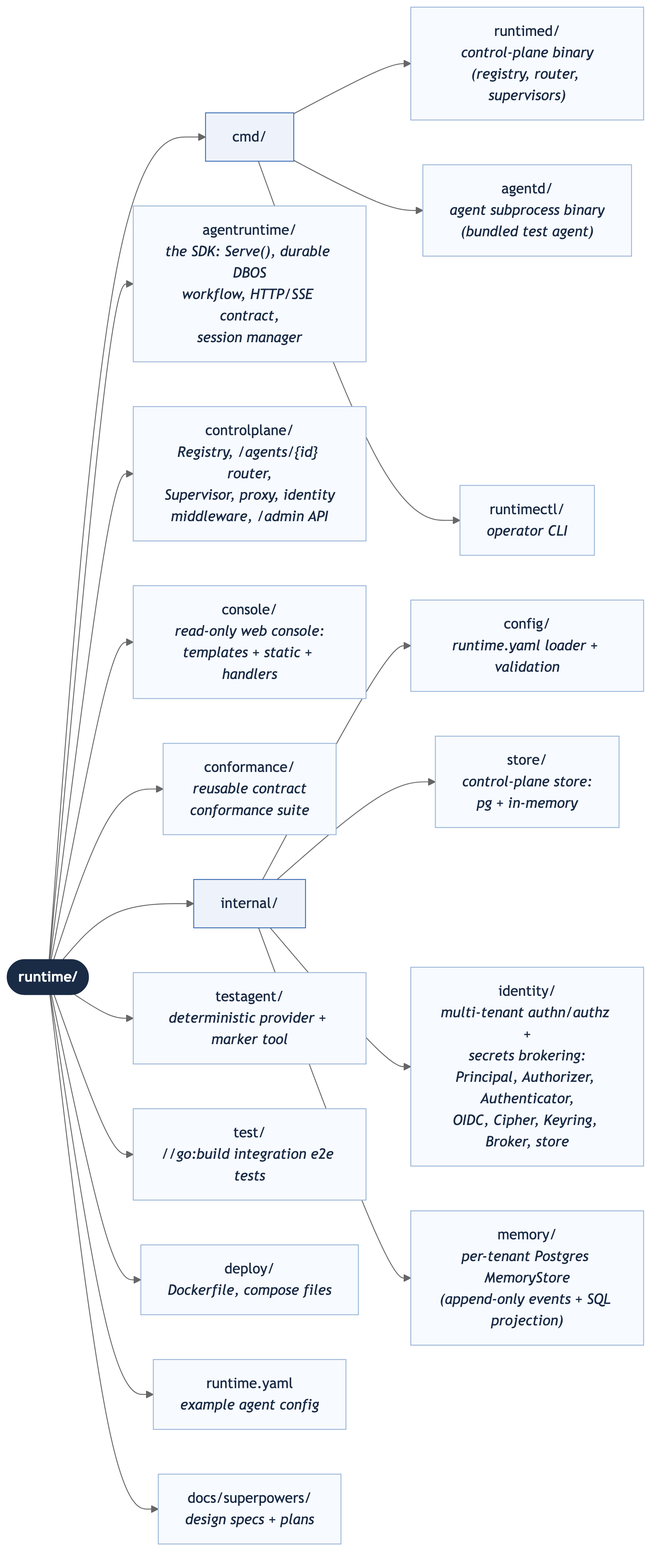
This is docs/images/project-layout.png from sausheong/runtime, a Mermaid export, as it was before one commit. Its source is kept beside it as docs/images/project-layout.mmd.
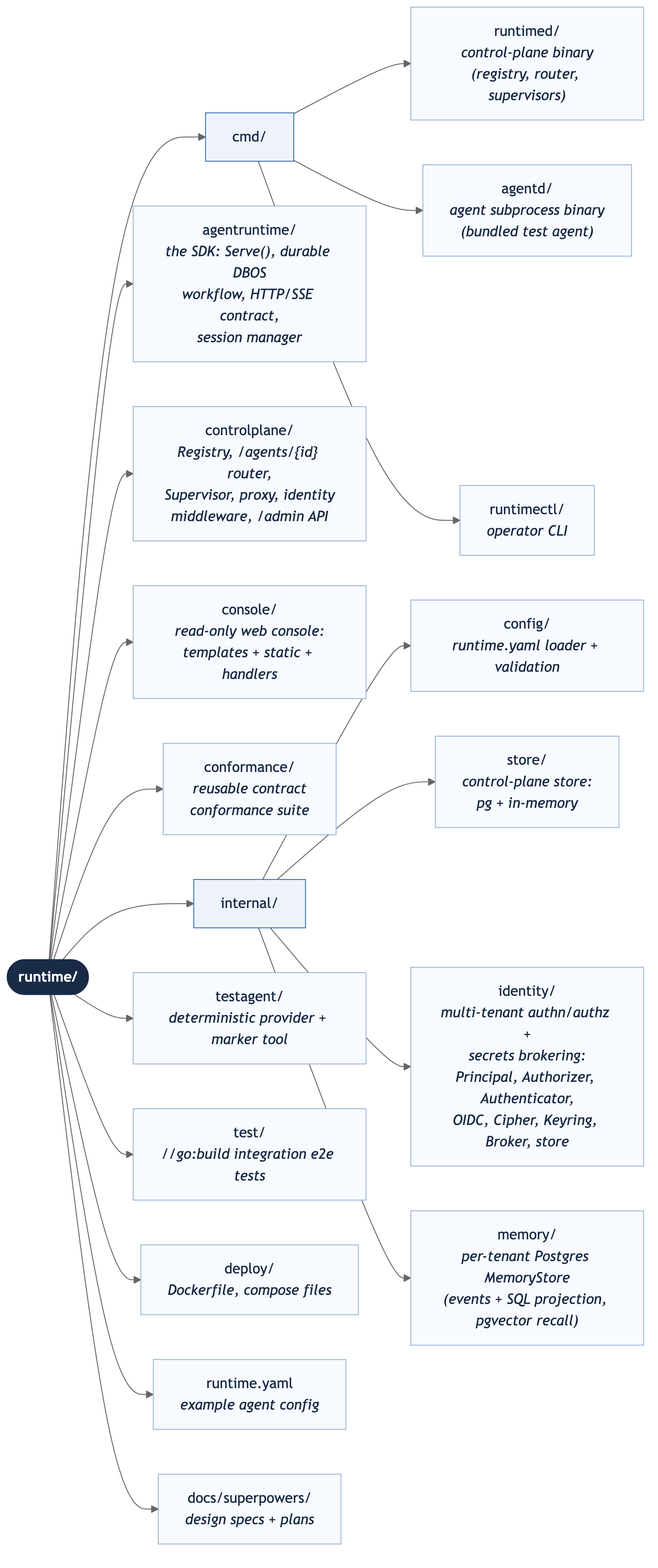
Later version of the same file.

Commit message:
docs(memory): document semantic recall (README, ROADMAP, layout)

Diff of the diagram source:
```diff
@@ -15,7 +15,7 @@
     cfg["config/<br/><i>runtime.yaml loader + validation</i>"]
     store["store/<br/><i>control-plane store:<br/>pg + in-memory</i>"]
     ident["identity/<br/><i>multi-tenant authn/authz +<br/>secrets brokering:<br/>Principal, Authorizer, Authenticator,<br/>OIDC, Cipher, Keyring, Broker, store</i>"]
-    mem["memory/<br/><i>per-tenant Postgres MemoryStore<br/>(append-only events + SQL projection)</i>"]
+    mem["memory/<br/><i>per-tenant Postgres MemoryStore<br/>(events + SQL projection, pgvector recall)</i>"]
 
     testagent["testagent/<br/><i>deterministic provider + marker tool</i>"]
     test["test/<br/><i>//go:build integration e2e tests</i>"]
```
